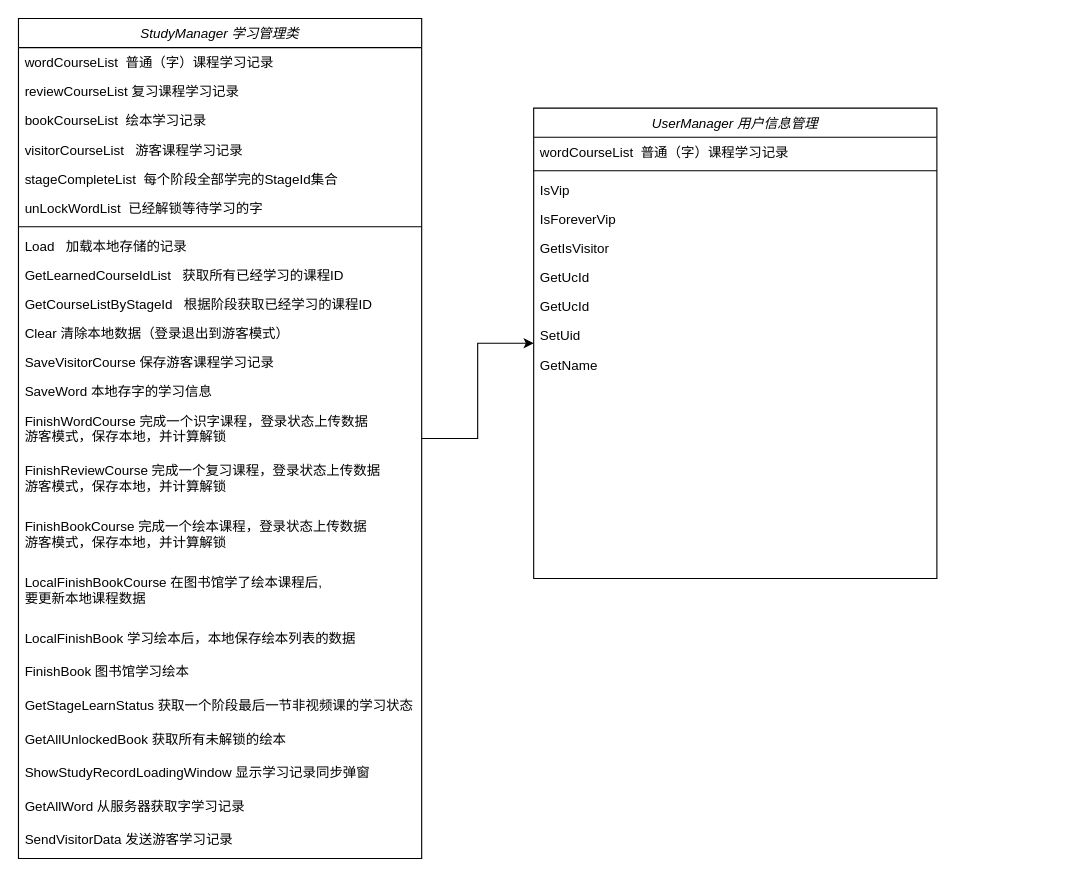
The draw.io diagram StudyManager.drawio in NicoleXiao/Draw, before the edit. Source tidied: cells renumbered, new cells numbered last; positions are measured from the earlier drawing's top-left corner, leaving out a move shared by most shapes. Both pictures are drawn from the tidied source at 112%, with x=0, y=0 at pixel (18, 18).
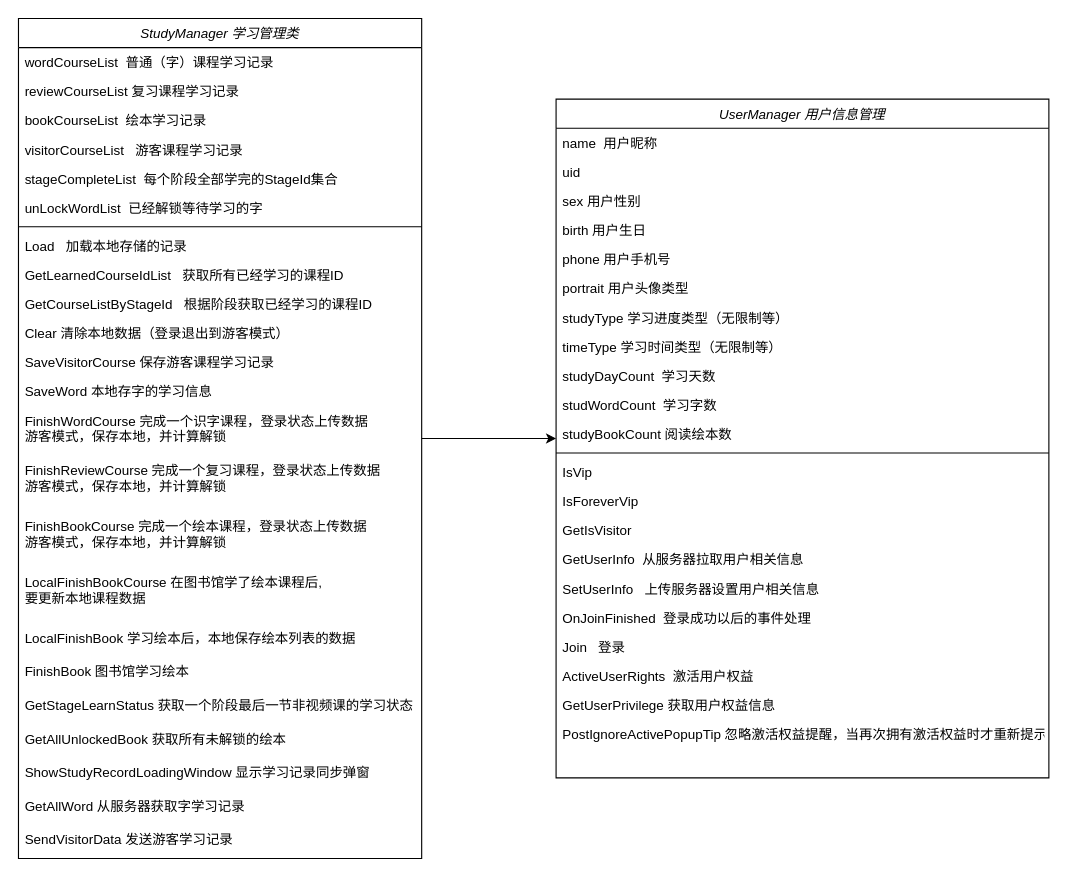
After the change.

The edit, as a diff of the source:
```diff
@@
     <mxCell id="28" value="UserManager 用户信息管理" style="swimlane;fontStyle=2;align=center;verticalAlign=top;horizontal=1;startSize=26;rounded=0;shadow=0;strokeWidth=1;" parent="1" vertex="1">
-      <mxGeometry x="460" y="80" width="360" height="420" as="geometry" />
+      <mxGeometry x="480" y="72" width="440" height="606" as="geometry" />
     </mxCell>
-    <mxCell id="29" value="wordCourseList  普通（字）课程学习记录  " style="text;align=left;verticalAlign=top;spacingLeft=4;spacingRight=4;overflow=hidden;" parent="28" vertex="1">
-      <mxGeometry y="26" width="360" height="26" as="geometry" />
+    <mxCell id="29" value="name  用户昵称&#10;" style="text;align=left;verticalAlign=top;spacingLeft=4;spacingRight=4;overflow=hidden;" parent="28" vertex="1">
+      <mxGeometry y="26" width="440" height="26" as="geometry" />
     </mxCell>
+    <mxCell id="38" value="uid&#10;" style="text;align=left;verticalAlign=top;spacingLeft=4;spacingRight=4;overflow=hidden;" parent="28" vertex="1">
+      <mxGeometry y="52" width="440" height="26" as="geometry" />
+    </mxCell>
+    <mxCell id="39" value="sex 用户性别" style="text;align=left;verticalAlign=top;spacingLeft=4;spacingRight=4;overflow=hidden;" parent="28" vertex="1">
+      <mxGeometry y="78" width="440" height="26" as="geometry" />
+    </mxCell>
+    <mxCell id="40" value="birth 用户生日" style="text;align=left;verticalAlign=top;spacingLeft=4;spacingRight=4;overflow=hidden;" parent="28" vertex="1">
+      <mxGeometry y="104" width="440" height="26" as="geometry" />
+    </mxCell>
+    <mxCell id="41" value="phone 用户手机号&#10;" style="text;align=left;verticalAlign=top;spacingLeft=4;spacingRight=4;overflow=hidden;" parent="28" vertex="1">
+      <mxGeometry y="130" width="440" height="26" as="geometry" />
+    </mxCell>
+    <mxCell id="42" value="portrait 用户头像类型" style="text;align=left;verticalAlign=top;spacingLeft=4;spacingRight=4;overflow=hidden;" parent="28" vertex="1">
+      <mxGeometry y="156" width="440" height="26" as="geometry" />
+    </mxCell>
+    <mxCell id="43" value="studyType 学习进度类型（无限制等）" style="text;align=left;verticalAlign=top;spacingLeft=4;spacingRight=4;overflow=hidden;" parent="28" vertex="1">
+      <mxGeometry y="182" width="440" height="26" as="geometry" />
+    </mxCell>
+    <mxCell id="44" value="timeType 学习时间类型（无限制等）" style="text;align=left;verticalAlign=top;spacingLeft=4;spacingRight=4;overflow=hidden;" parent="28" vertex="1">
+      <mxGeometry y="208" width="440" height="26" as="geometry" />
+    </mxCell>
+    <mxCell id="45" value="studyDayCount  学习天数&#10;" style="text;align=left;verticalAlign=top;spacingLeft=4;spacingRight=4;overflow=hidden;" parent="28" vertex="1">
+      <mxGeometry y="234" width="440" height="26" as="geometry" />
+    </mxCell>
+    <mxCell id="46" value="studWordCount  学习字数&#10;" style="text;align=left;verticalAlign=top;spacingLeft=4;spacingRight=4;overflow=hidden;" parent="28" vertex="1">
+      <mxGeometry y="260" width="440" height="26" as="geometry" />
+    </mxCell>
+    <mxCell id="47" value="studyBookCount 阅读绘本数&#10;" style="text;align=left;verticalAlign=top;spacingLeft=4;spacingRight=4;overflow=hidden;" parent="28" vertex="1">
+      <mxGeometry y="286" width="440" height="26" as="geometry" />
+    </mxCell>
     <mxCell id="30" style="line;html=1;strokeWidth=1;align=left;verticalAlign=middle;spacingTop=-1;spacingLeft=3;spacingRight=3;labelPosition=right;" parent="28" vertex="1">
-      <mxGeometry y="52" width="360" height="8" as="geometry" />
+      <mxGeometry y="312" width="440" height="8" as="geometry" />
     </mxCell>
     <mxCell id="31" value="IsVip" style="text;align=left;verticalAlign=top;spacingLeft=4;spacingRight=4;overflow=hidden;" parent="28" vertex="1">
-      <mxGeometry y="60" width="360" height="26" as="geometry" />
+      <mxGeometry y="320" width="440" height="26" as="geometry" />
     </mxCell>
     <mxCell id="32" value="IsForeverVip" style="text;align=left;verticalAlign=top;spacingLeft=4;spacingRight=4;overflow=hidden;" parent="28" vertex="1">
-      <mxGeometry y="86" width="360" height="26" as="geometry" />
+      <mxGeometry y="346" width="440" height="26" as="geometry" />
     </mxCell>
     <mxCell id="33" value="GetIsVisitor" style="text;align=left;verticalAlign=top;spacingLeft=4;spacingRight=4;overflow=hidden;" parent="28" vertex="1">
-      <mxGeometry y="112" width="360" height="26" as="geometry" />
+      <mxGeometry y="372" width="440" height="26" as="geometry" />
     </mxCell>
-    <mxCell id="34" value="GetUcId" style="text;align=left;verticalAlign=top;spacingLeft=4;spacingRight=4;overflow=hidden;" parent="28" vertex="1">
-      <mxGeometry y="138" width="360" height="26" as="geometry" />
-    </mxCell>
-    <mxCell id="35" value="GetUcId" style="text;align=left;verticalAlign=top;spacingLeft=4;spacingRight=4;overflow=hidden;" parent="28" vertex="1">
-      <mxGeometry y="164" width="360" height="26" as="geometry" />
-    </mxCell>
-    <mxCell id="36" value="SetUid" style="text;align=left;verticalAlign=top;spacingLeft=4;spacingRight=4;overflow=hidden;" parent="28" vertex="1">
-      <mxGeometry y="190" width="360" height="26" as="geometry" />
-    </mxCell>
-    <mxCell id="37" value="GetName" style="text;align=left;verticalAlign=top;spacingLeft=4;spacingRight=4;overflow=hidden;" parent="28" vertex="1">
-      <mxGeometry y="216" width="360" height="26" as="geometry" />
-    </mxCell>
+    <mxCell id="48" value="GetUserInfo  从服务器拉取用户相关信息" style="text;align=left;verticalAlign=top;spacingLeft=4;spacingRight=4;overflow=hidden;" parent="28" vertex="1">
+      <mxGeometry y="398" width="440" height="26" as="geometry" />
+    </mxCell>
+    <mxCell id="49" value="SetUserInfo   上传服务器设置用户相关信息" style="text;align=left;verticalAlign=top;spacingLeft=4;spacingRight=4;overflow=hidden;" parent="28" vertex="1">
+      <mxGeometry y="424" width="440" height="26" as="geometry" />
+    </mxCell>
+    <mxCell id="50" value="OnJoinFinished  登录成功以后的事件处理" style="text;align=left;verticalAlign=top;spacingLeft=4;spacingRight=4;overflow=hidden;" parent="28" vertex="1">
+      <mxGeometry y="450" width="440" height="26" as="geometry" />
+    </mxCell>
+    <mxCell id="51" value="Join   登录" style="text;align=left;verticalAlign=top;spacingLeft=4;spacingRight=4;overflow=hidden;" parent="28" vertex="1">
+      <mxGeometry y="476" width="440" height="26" as="geometry" />
+    </mxCell>
+    <mxCell id="52" value="ActiveUserRights  激活用户权益" style="text;align=left;verticalAlign=top;spacingLeft=4;spacingRight=4;overflow=hidden;" parent="28" vertex="1">
+      <mxGeometry y="502" width="440" height="26" as="geometry" />
+    </mxCell>
+    <mxCell id="53" value="GetUserPrivilege 获取用户权益信息" style="text;align=left;verticalAlign=top;spacingLeft=4;spacingRight=4;overflow=hidden;" parent="28" vertex="1">
+      <mxGeometry y="528" width="440" height="26" as="geometry" />
+    </mxCell>
+    <mxCell id="54" value="PostIgnoreActivePopupTip 忽略激活权益提醒，当再次拥有激活权益时才重新提示" style="text;align=left;verticalAlign=top;spacingLeft=4;spacingRight=4;overflow=hidden;" parent="28" vertex="1">
+      <mxGeometry y="554" width="440" height="26" as="geometry" />
+    </mxCell>
```
